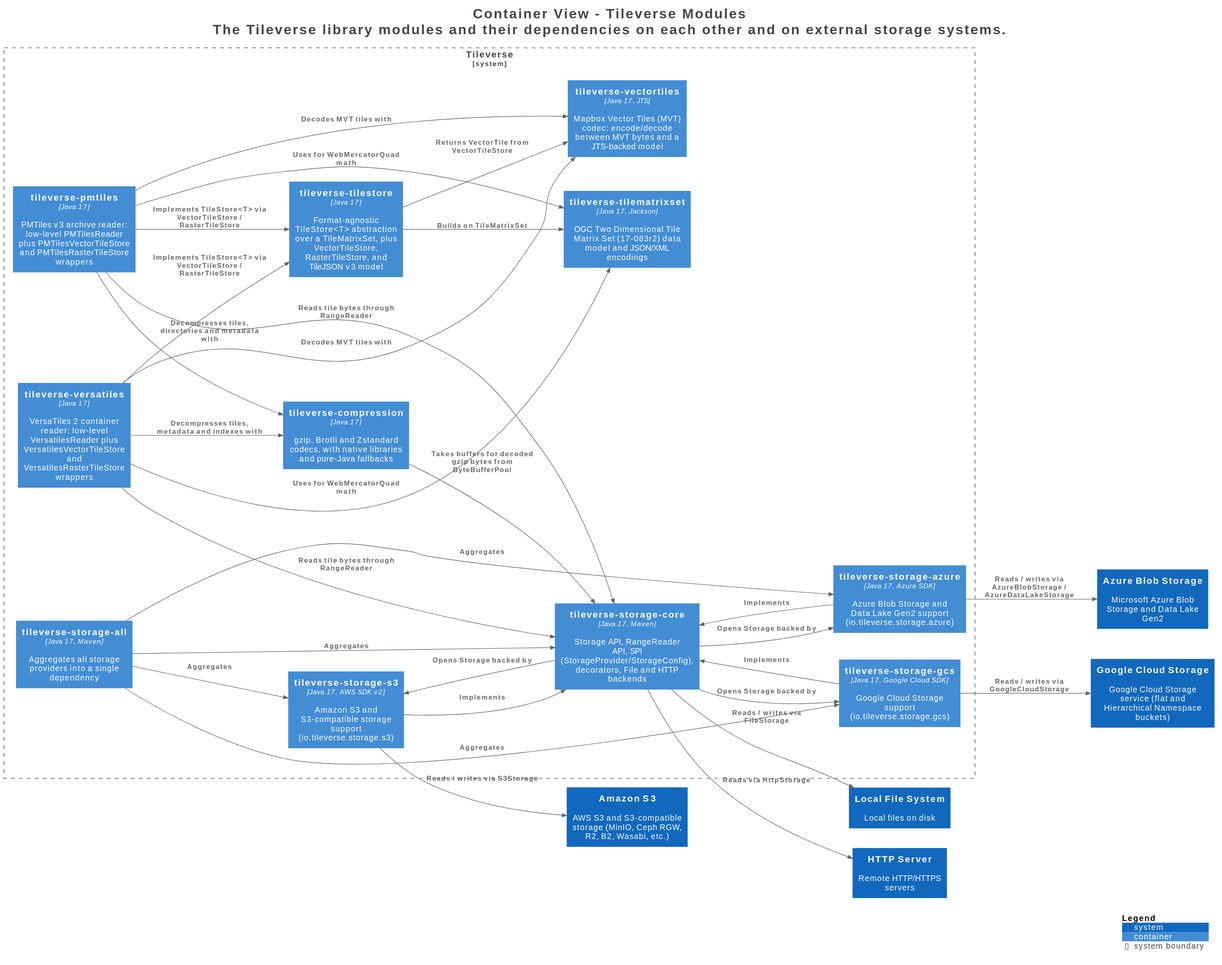
This is assets/images/storage/structurizr-Containers.svg from tileverse-io/tileverse, a PlantUML export, as it was before one commit.
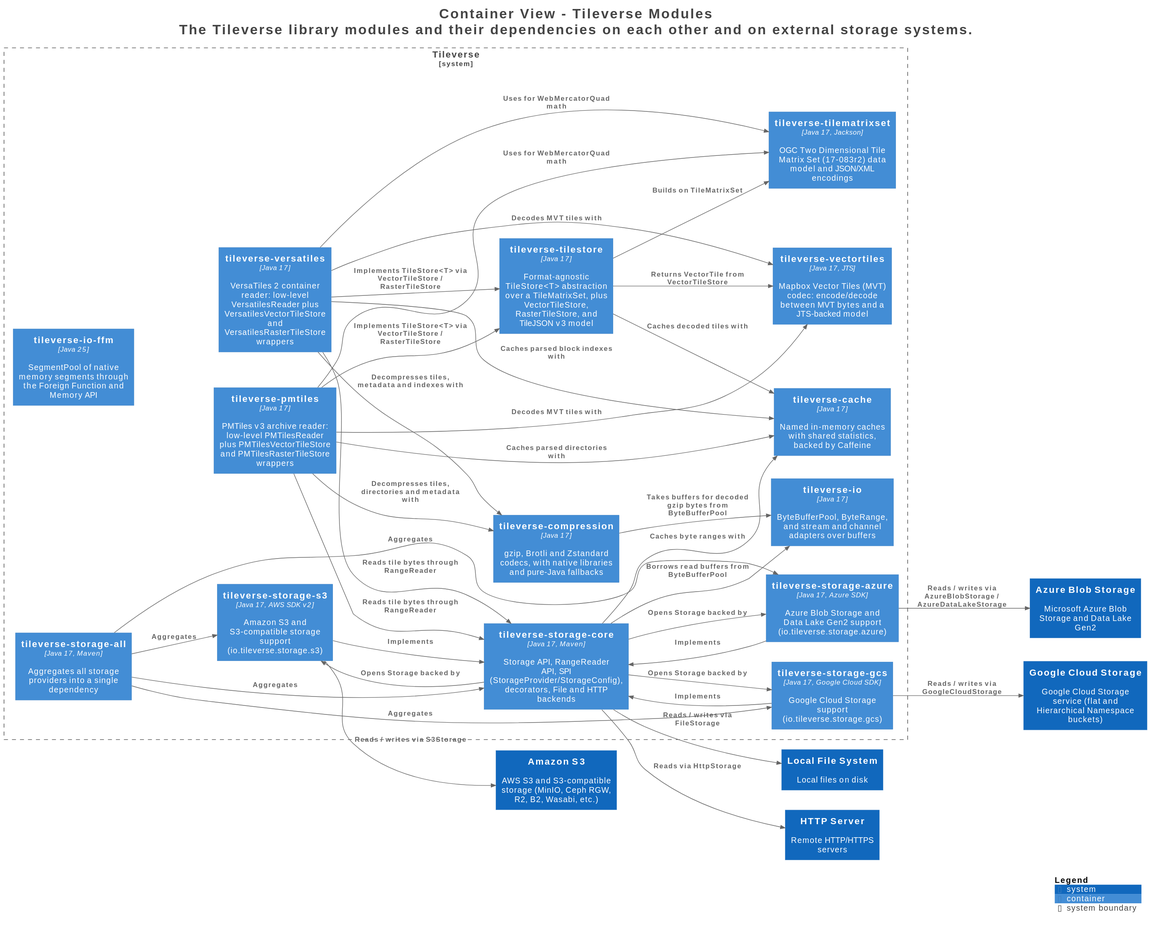
After the commit.

What changed in the source:
```diff
@@ -28,6 +28,9 @@
   Container(Tileverse.tileversestorageall, "tileverse-storage-all", $techn="Java 17, Maven", $descr="Aggregates all storage providers into a single dependency", $tags="", $link="")
   Container(Tileverse.tileversevectortiles, "tileverse-vectortiles", $techn="Java 17, JTS", $descr="Mapbox Vector Tiles (MVT) codec: encode/decode between MVT bytes and a JTS-backed model", $tags="", $link="")
   Container(Tileverse.tileversetilematrixset, "tileverse-tilematrixset", $techn="Java 17, Jackson", $descr="OGC Two Dimensional Tile Matrix Set (17-083r2) data model and JSON/XML encodings", $tags="", $link="")
+  Container(Tileverse.tileverseio, "tileverse-io", $techn="Java 17", $descr="ByteBufferPool, ByteRange, and stream and channel adapters over buffers", $tags="", $link="")
+  Container(Tileverse.tileverseioffm, "tileverse-io-ffm", $techn="Java 25", $descr="SegmentPool of native memory segments through the Foreign Function and Memory API", $tags="", $link="")
+  Container(Tileverse.tileversecache, "tileverse-cache", $techn="Java 17", $descr="Named in-memory caches with shared statistics, backed by Caffeine", $tags="", $link="")
   Container(Tileverse.tileversecompression, "tileverse-compression", $techn="Java 17", $descr="gzip, Brotli and Zstandard codecs, with native libraries and pure-Java fallbacks", $tags="", $link="")
   Container(Tileverse.tileversetilestore, "tileverse-tilestore", $techn="Java 17", $descr="Format-agnostic TileStore<T> abstraction over a TileMatrixSet, plus VectorTileStore, RasterTileStore, and TileJSON v3 model", $tags="", $link="")
   Container(Tileverse.tileversepmtiles, "tileverse-pmtiles", $techn="Java 17", $descr="PMTiles v3 archive reader: low-level PMTilesReader plus PMTilesVectorTileStore and PMTilesRasterTileStore wrappers", $tags="", $link="")
@@ -60,7 +63,12 @@
 Rel(Tileverse.tileverseversatiles, Tileverse.tileversevectortiles, "Decodes MVT tiles with", $techn="", $tags="", $link="")
 Rel(Tileverse.tileverseversatiles, Tileverse.tileversetilestore, "Implements TileStore<T> via VectorTileStore / RasterTileStore", $techn="", $tags="", $link="")
 Rel(Tileverse.tileverseversatiles, Tileverse.tileversecompression, "Decompresses tiles, metadata and indexes with", $techn="", $tags="", $link="")
-Rel(Tileverse.tileversecompression, Tileverse.tileversestoragecore, "Takes buffers for decoded gzip bytes from ByteBufferPool", $techn="", $tags="", $link="")
+Rel(Tileverse.tileversecompression, Tileverse.tileverseio, "Takes buffers for decoded gzip bytes from ByteBufferPool", $techn="", $tags="", $link="")
+Rel(Tileverse.tileversestoragecore, Tileverse.tileverseio, "Borrows read buffers from ByteBufferPool", $techn="", $tags="", $link="")
+Rel(Tileverse.tileversestoragecore, Tileverse.tileversecache, "Caches byte ranges with", $techn="", $tags="", $link="")
+Rel(Tileverse.tileversepmtiles, Tileverse.tileversecache, "Caches parsed directories with", $techn="", $tags="", $link="")
+Rel(Tileverse.tileverseversatiles, Tileverse.tileversecache, "Caches parsed block indexes with", $techn="", $tags="", $link="")
+Rel(Tileverse.tileversetilestore, Tileverse.tileversecache, "Caches decoded tiles with", $techn="", $tags="", $link="")
 Rel(Tileverse.tileversetilestore, Tileverse.tileversetilematrixset, "Builds on TileMatrixSet", $techn="", $tags="", $link="")
 Rel(Tileverse.tileversetilestore, Tileverse.tileversevectortiles, "Returns VectorTile from VectorTileStore", $techn="", $tags="", $link="")
 
```
